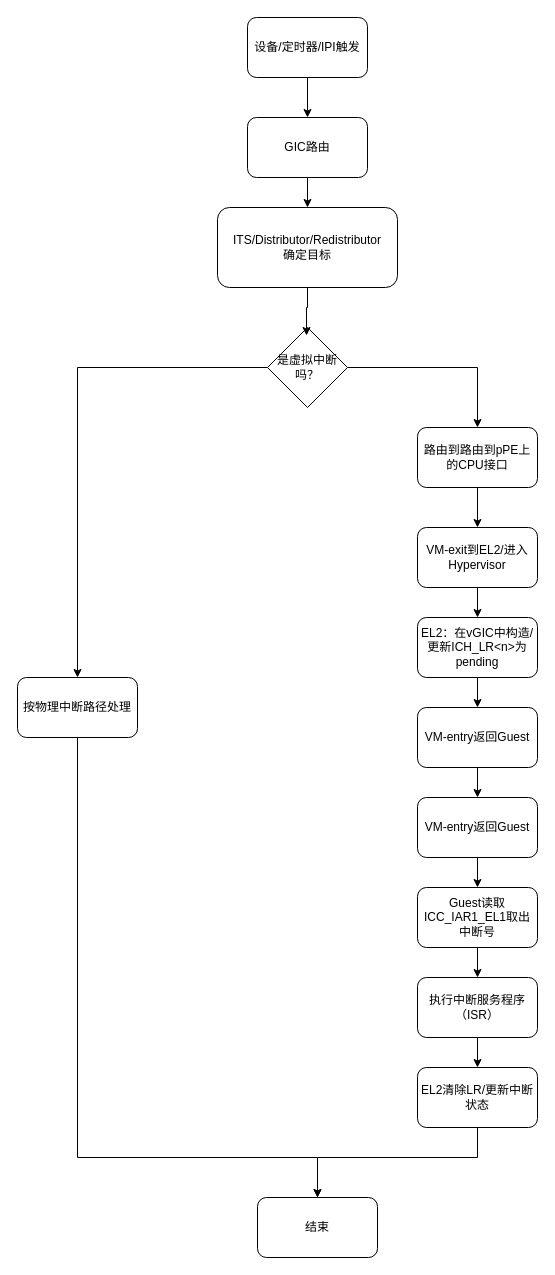
Above: store_picture/传统路径.drawio in LQ0623/draw_io_picture (draw.io), before the change. Source tidied: cells renumbered, new cells numbered last; positions are measured from the earlier drawing's top-left corner, leaving out a move shared by most shapes. Both pictures are drawn from the tidied source at 100%, with x=0, y=0 at pixel (17, 17).
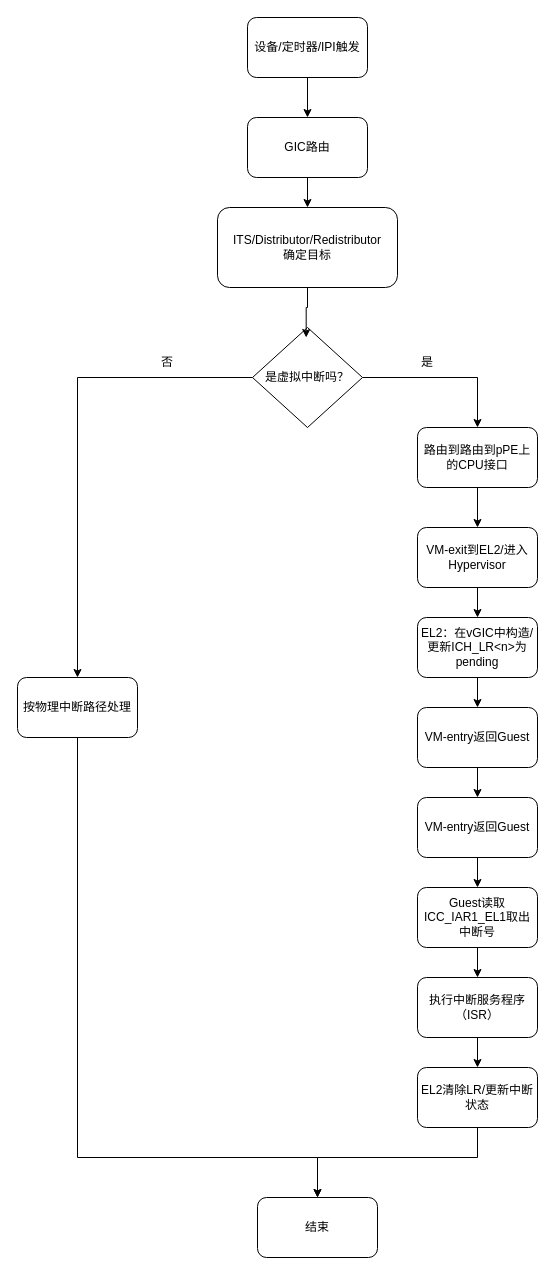
The same page after the edit.

Commit message (it also covers changes not shown here):
更新传统路径.drawio

What changed in the source:
```diff
@@
     <mxCell id="9" value="是虚拟中断吗？" style="rhombus;whiteSpace=wrap;html=1;" parent="1" vertex="1">
-      <mxGeometry x="250" y="310" width="80" height="80" as="geometry" />
+      <mxGeometry x="235" y="310" width="110" height="100" as="geometry" />
     </mxCell>
@@
+    <mxCell id="30" value="否" style="text;html=1;whiteSpace=wrap;strokeColor=none;fillColor=none;align=center;verticalAlign=middle;rounded=0;" parent="1" vertex="1">
+      <mxGeometry x="120" y="330" width="60" height="30" as="geometry" />
+    </mxCell>
+    <mxCell id="31" value="是" style="text;html=1;whiteSpace=wrap;strokeColor=none;fillColor=none;align=center;verticalAlign=middle;rounded=0;" parent="1" vertex="1">
+      <mxGeometry x="380" y="330" width="60" height="30" as="geometry" />
+    </mxCell>
```
